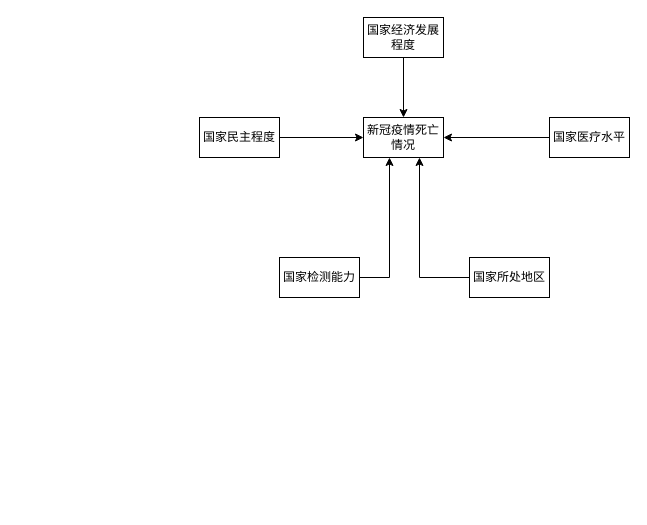
The draw.io diagram 数据仓库.drawio in jrsmith12138/diagrams, before the edit. Source tidied: cells renumbered, new cells numbered last; positions are measured from the earlier drawing's top-left corner, leaving out a move shared by most shapes. Both pictures are drawn from the tidied source at 100%, with x=0, y=0 at pixel (199, 17).
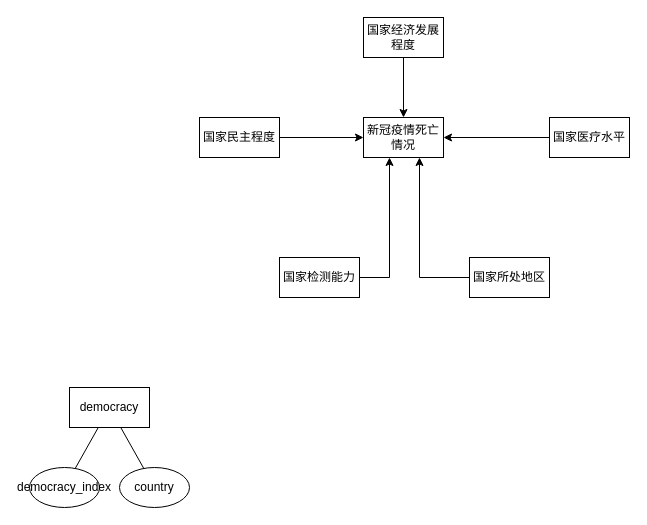
The same diagram, later.

Change to the diagram source:
```diff
@@
+    <mxCell id="13" style="rounded=0;jettySize=auto;html=1;endArrow=none;endFill=0;" parent="1" edge="1" source="15" target="16">
+      <mxGeometry relative="1" as="geometry" />
+    </mxCell>
+    <mxCell id="14" style="rounded=0;jettySize=auto;html=1;endArrow=none;endFill=0;" parent="1" edge="1" source="15" target="17">
+      <mxGeometry relative="1" as="geometry" />
+    </mxCell>
+    <mxCell id="15" value="democracy" style="rounded=0;whiteSpace=wrap;html=1;" parent="1" vertex="1">
+      <mxGeometry x="-130" y="370" width="80" height="40" as="geometry" />
+    </mxCell>
+    <mxCell id="16" value="country" style="ellipse;whiteSpace=wrap;html=1;" parent="1" vertex="1">
+      <mxGeometry x="-80" y="450" width="70" height="40" as="geometry" />
+    </mxCell>
+    <mxCell id="17" value="democracy_index" style="ellipse;whiteSpace=wrap;html=1;" parent="1" vertex="1">
+      <mxGeometry x="-170" y="450" width="70" height="40" as="geometry" />
+    </mxCell>
```
